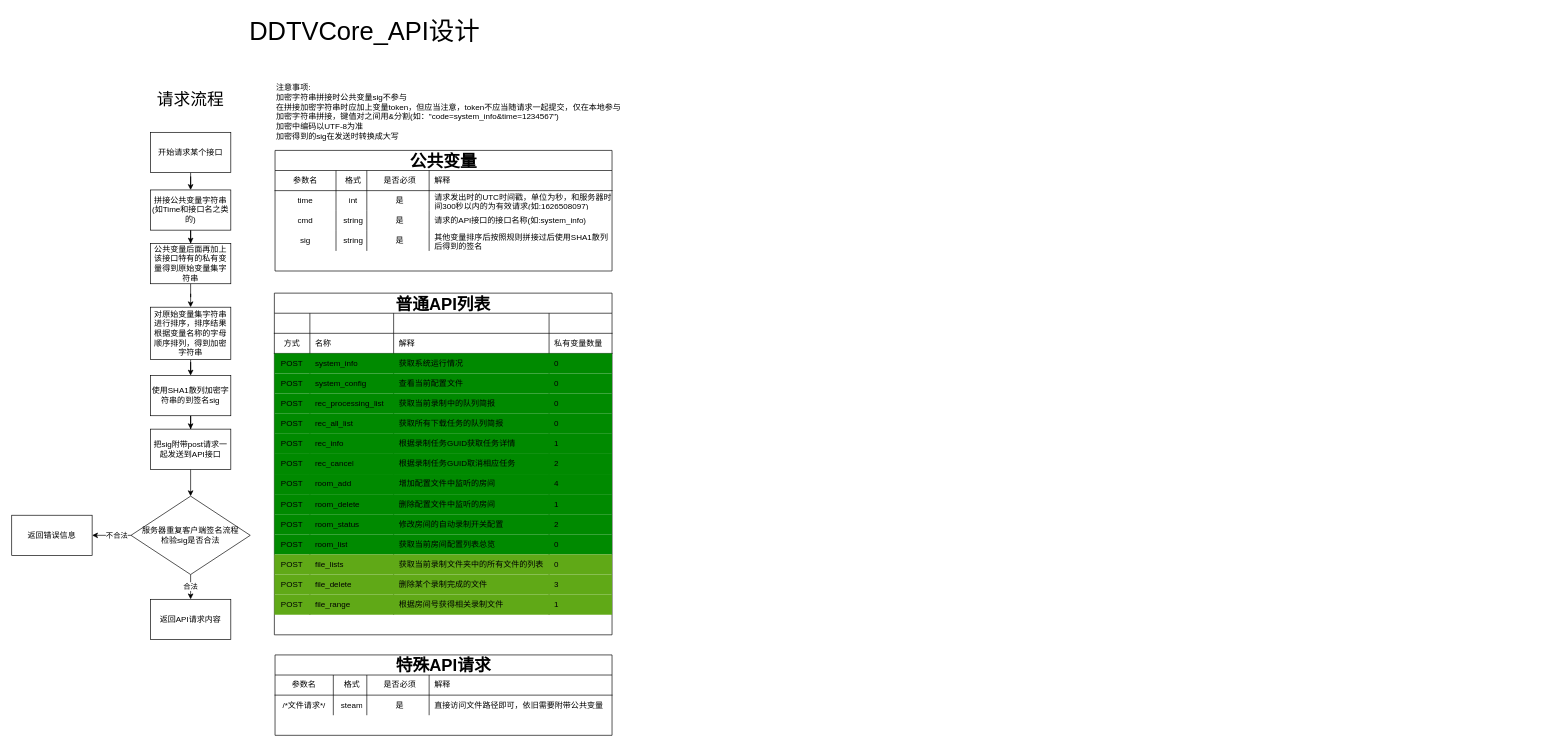
CHKZL/DDTV keeps this draw.io diagram as Dev/API.drawio. Above is the earlier version. Source tidied: cells renumbered, new cells numbered last; positions are measured from the earlier drawing's top-left corner, leaving out a move shared by most shapes. Both pictures are drawn from the tidied source at 67%, with x=0, y=0 at pixel (11, 11).
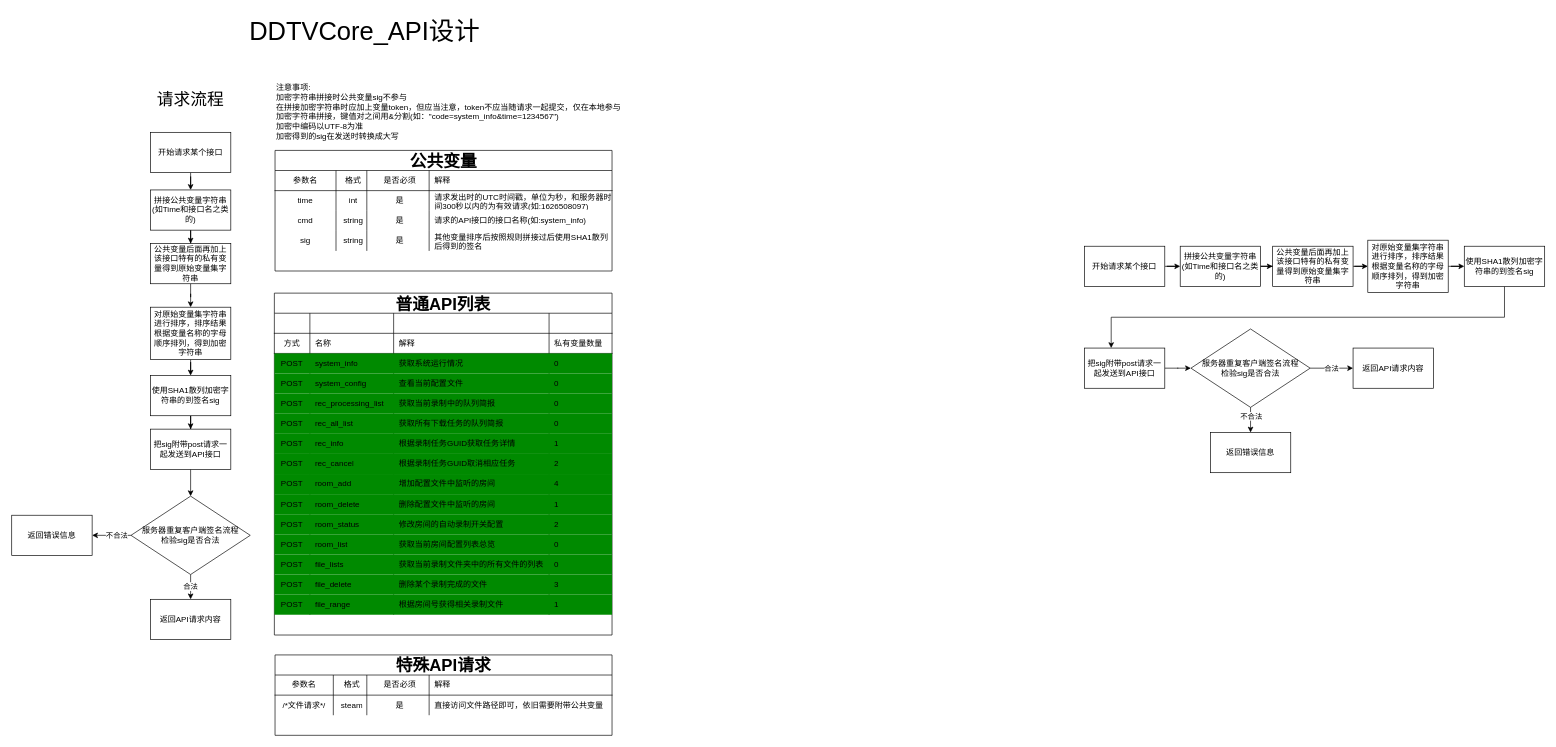
After the change.

The edit, as a diff of the source:
```diff
@@
     <mxCell id="19" value="普通API列表" style="shape=table;html=1;whiteSpace=wrap;startSize=30;childLayout=tableLayout;rowLines=0;fontStyle=1;align=center;fontSize=25;" parent="1" vertex="1">
-      <mxGeometry x="392" y="420" width="504" height="510" as="geometry" />
+      <mxGeometry x="392" y="420" width="504" height="510.3" as="geometry" />
     </mxCell>
@@
-    <mxCell id="80" style="shape=partialRectangle;html=1;whiteSpace=wrap;fillColor=#60a917;top=0;left=0;bottom=0;right=0;strokeColor=#2D7600;fontColor=#ffffff;" parent="19" vertex="1">
+    <mxCell id="80" style="shape=partialRectangle;html=1;whiteSpace=wrap;fillColor=#008a00;top=0;left=0;bottom=0;right=0;strokeColor=#005700;fontColor=#ffffff;" parent="19" vertex="1">
       <mxGeometry y="390" width="504" height="30" as="geometry" />
     </mxCell>
@@
-    <mxCell id="85" style="shape=partialRectangle;html=1;whiteSpace=wrap;fillColor=#60a917;top=0;left=0;bottom=0;right=0;strokeColor=#2D7600;fontColor=#ffffff;" parent="19" vertex="1">
+    <mxCell id="85" style="shape=partialRectangle;html=1;whiteSpace=wrap;fillColor=#008a00;top=0;left=0;bottom=0;right=0;strokeColor=#005700;fontColor=#ffffff;" parent="19" vertex="1">
       <mxGeometry y="420" width="504" height="30" as="geometry" />
     </mxCell>
@@
-    <mxCell id="90" style="shape=partialRectangle;html=1;whiteSpace=wrap;fillColor=#60a917;top=0;left=0;bottom=0;right=0;strokeColor=#2D7600;fontColor=#ffffff;" parent="19" vertex="1">
+    <mxCell id="90" style="shape=partialRectangle;html=1;whiteSpace=wrap;fillColor=#008a00;top=0;left=0;bottom=0;right=0;strokeColor=#005700;fontColor=#ffffff;" parent="19" vertex="1">
       <mxGeometry y="450" width="504" height="30" as="geometry" />
     </mxCell>
@@
+    <mxCell id="131" style="edgeStyle=orthogonalEdgeStyle;rounded=0;jettySize=auto;html=1;" parent="1" edge="1" source="132" target="134">
+      <mxGeometry relative="1" as="geometry" />
+    </mxCell>
+    <mxCell id="132" value="开始请求某个接口" style="rounded=0;whiteSpace=wrap;html=1;" parent="1" vertex="1">
+      <mxGeometry x="1601" y="350" width="120" height="60" as="geometry" />
+    </mxCell>
+    <mxCell id="133" style="edgeStyle=orthogonalEdgeStyle;rounded=0;jettySize=auto;html=1;" parent="1" edge="1" source="134" target="136">
+      <mxGeometry relative="1" as="geometry" />
+    </mxCell>
+    <mxCell id="134" value="拼接公共变量字符串&lt;br&gt;(如Time和接口名之类的)" style="rounded=0;whiteSpace=wrap;html=1;" parent="1" vertex="1">
+      <mxGeometry x="1744" y="350" width="120" height="60" as="geometry" />
+    </mxCell>
+    <mxCell id="135" style="edgeStyle=orthogonalEdgeStyle;rounded=0;jettySize=auto;html=1;" parent="1" edge="1" source="136" target="147">
+      <mxGeometry relative="1" as="geometry" />
+    </mxCell>
+    <mxCell id="136" value="公共变量后面再加上该接口特有的私有变量得到原始变量集字符串" style="rounded=0;whiteSpace=wrap;html=1;" parent="1" vertex="1">
+      <mxGeometry x="1882" y="350" width="120" height="60" as="geometry" />
+    </mxCell>
+    <mxCell id="137" style="edgeStyle=orthogonalEdgeStyle;rounded=0;jettySize=auto;html=1;" parent="1" edge="1" source="138" target="140">
+      <mxGeometry relative="1" as="geometry">
+        <Array as="points">
+          <mxPoint x="2228" y="456" />
+          <mxPoint x="1641" y="456" />
+        </Array>
+      </mxGeometry>
+    </mxCell>
+    <mxCell id="138" value="使用SHA1散列加密字符串的到签名sig" style="whiteSpace=wrap;html=1;rounded=0;" parent="1" vertex="1">
+      <mxGeometry x="2168" y="350" width="120" height="60" as="geometry" />
+    </mxCell>
+    <mxCell id="139" style="edgeStyle=orthogonalEdgeStyle;rounded=0;jettySize=auto;html=1;" parent="1" edge="1" source="140" target="148">
+      <mxGeometry relative="1" as="geometry" />
+    </mxCell>
+    <mxCell id="140" value="把sig附带post请求一起发送到API接口" style="whiteSpace=wrap;html=1;rounded=0;" parent="1" vertex="1">
+      <mxGeometry x="1601" y="502" width="120" height="60" as="geometry" />
+    </mxCell>
+    <mxCell id="141" style="edgeStyle=orthogonalEdgeStyle;rounded=0;jettySize=auto;html=1;exitX=0.5;exitY=1;exitDx=0;exitDy=0;" parent="1" edge="1" source="148" target="144">
+      <mxGeometry relative="1" as="geometry" />
+    </mxCell>
+    <mxCell id="142" value="不合法" style="edgeLabel;html=1;align=center;verticalAlign=middle;" parent="141" vertex="1">
+      <mxGeometry x="0.15" y="2" relative="1" as="geometry">
+        <mxPoint x="-2" y="-6" as="offset" />
+      </mxGeometry>
+    </mxCell>
+    <mxCell id="143" value="合法" style="edgeStyle=orthogonalEdgeStyle;rounded=0;jettySize=auto;html=1;exitX=1;exitY=0.5;exitDx=0;exitDy=0;" parent="1" edge="1" source="148" target="145">
+      <mxGeometry relative="1" as="geometry" />
+    </mxCell>
+    <mxCell id="144" value="返回错误信息" style="whiteSpace=wrap;html=1;rounded=0;" parent="1" vertex="1">
+      <mxGeometry x="1789" y="628" width="120" height="60" as="geometry" />
+    </mxCell>
+    <mxCell id="145" value="返回API请求内容" style="whiteSpace=wrap;html=1;rounded=0;" parent="1" vertex="1">
+      <mxGeometry x="2002" y="502" width="120" height="60" as="geometry" />
+    </mxCell>
+    <mxCell id="146" style="edgeStyle=orthogonalEdgeStyle;rounded=0;jettySize=auto;html=1;" parent="1" edge="1" source="147" target="138">
+      <mxGeometry relative="1" as="geometry" />
+    </mxCell>
+    <mxCell id="147" value="对原始变量集字符串进行排序，排序结果根据变量名称的字母顺序排列，得到加密字符串" style="whiteSpace=wrap;html=1;rounded=0;" parent="1" vertex="1">
+      <mxGeometry x="2024" y="341" width="120" height="78" as="geometry" />
+    </mxCell>
+    <mxCell id="148" value="服务器重复客户端签名流程&lt;br&gt;检验sig是否合法" style="rhombus;whiteSpace=wrap;html=1;rounded=0;" parent="1" vertex="1">
+      <mxGeometry x="1760" y="473.5" width="178" height="117" as="geometry" />
+    </mxCell>
```
